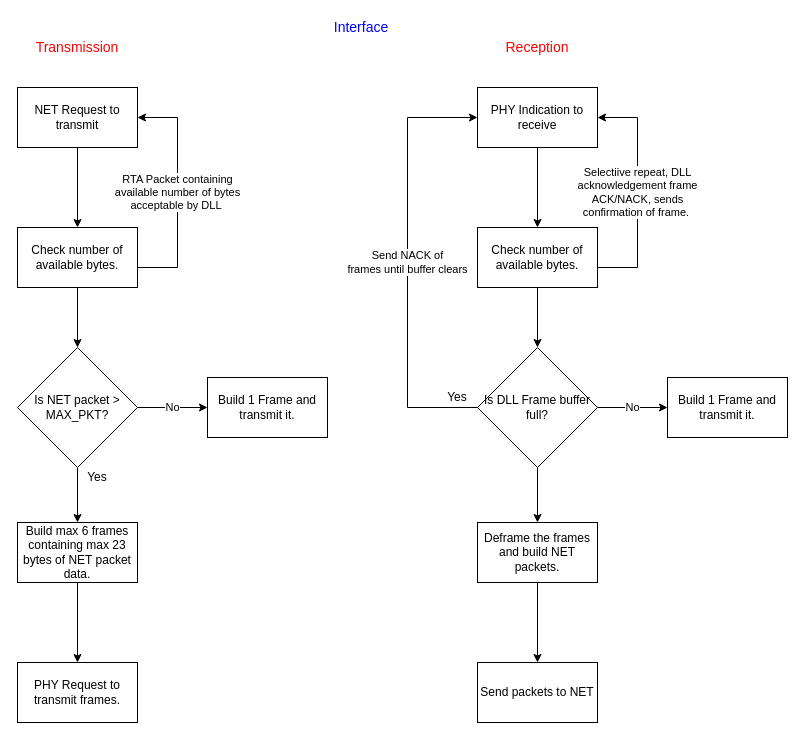
This is Other/Interface.drawio from mdma18/DataLinkLayer_C-, a draw.io file, before an edit. Source tidied: cells renumbered, new cells numbered last; positions are measured from the earlier drawing's top-left corner, leaving out a move shared by most shapes. Both pictures are drawn from the tidied source at 100%, with x=0, y=0 at pixel (17, 17).
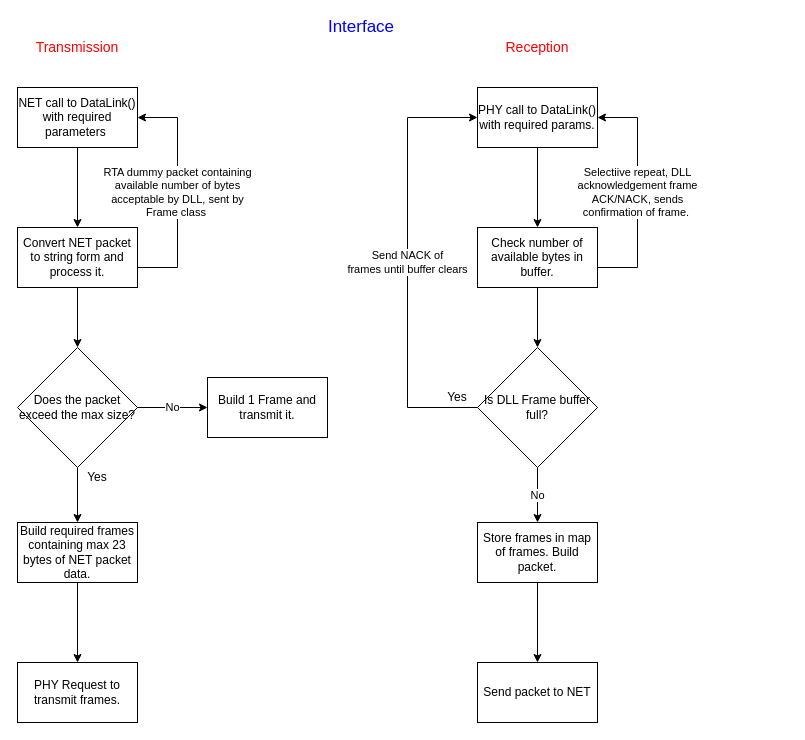
The same diagram, later.

Unchanged cells that the change refers to:
```xml
<mxCell id="18" value="Is DLL Frame buffer full?" style="rhombus;whiteSpace=wrap;html=1;" parent="1" vertex="1">
  <mxGeometry x="460" y="330" width="120" height="120" as="geometry" />
</mxCell>
```

The edit, as a diff of the source:
```diff
@@
-    <mxCell id="3" value="NET Request to transmit" style="rounded=0;whiteSpace=wrap;html=1;" parent="1" vertex="1">
+    <mxCell id="3" value="NET call to DataLink() with required parameters&amp;nbsp;" style="rounded=0;whiteSpace=wrap;html=1;" parent="1" vertex="1">
       <mxGeometry y="70" width="120" height="60" as="geometry" />
     </mxCell>
@@
-    <mxCell id="6" value="Is NET packet &amp;gt; MAX_PKT?" style="rhombus;whiteSpace=wrap;html=1;" parent="1" vertex="1">
+    <mxCell id="6" value="Does the packet exceed the max size?" style="rhombus;whiteSpace=wrap;html=1;" parent="1" vertex="1">
       <mxGeometry y="330" width="120" height="120" as="geometry" />
     </mxCell>
-    <mxCell id="7" value="RTA Packet containing&lt;br&gt;available number of bytes &lt;br&gt;acceptable by DLL&amp;nbsp;" style="edgeStyle=orthogonalEdgeStyle;rounded=0;jettySize=auto;html=1;entryX=1;entryY=0.5;entryDx=0;entryDy=0;" parent="1" edge="1" target="3">
+    <mxCell id="7" value="RTA dummy packet containing&lt;br&gt;available number of bytes &lt;br&gt;acceptable by DLL, sent by &lt;br&gt;Frame class&amp;nbsp;" style="edgeStyle=orthogonalEdgeStyle;rounded=0;jettySize=auto;html=1;entryX=1;entryY=0.5;entryDx=0;entryDy=0;" parent="1" edge="1" target="3">
       <mxGeometry relative="1" as="geometry">
         <mxPoint x="120" y="250" as="sourcePoint" />
         <Array as="points">
           <mxPoint x="160" y="250" />
           <mxPoint x="160" y="100" />
         </Array>
       </mxGeometry>
     </mxCell>
@@
-    <mxCell id="10" value="Check number of available bytes." style="rounded=0;whiteSpace=wrap;html=1;" parent="1" vertex="1">
+    <mxCell id="10" value="Convert NET packet to string form and process it." style="rounded=0;whiteSpace=wrap;html=1;" parent="1" vertex="1">
       <mxGeometry y="210" width="120" height="60" as="geometry" />
     </mxCell>
@@
-    <mxCell id="12" value="Build max 6 frames containing max 23 bytes of NET packet data." style="whiteSpace=wrap;html=1;" parent="1" vertex="1">
+    <mxCell id="12" value="Build required frames containing max 23 bytes of NET packet data." style="whiteSpace=wrap;html=1;" parent="1" vertex="1">
       <mxGeometry y="505" width="120" height="60" as="geometry" />
     </mxCell>
@@
-    <mxCell id="14" value="PHY Indication to receive" style="rounded=0;whiteSpace=wrap;html=1;" parent="1" vertex="1">
+    <mxCell id="14" value="PHY call to DataLink() with required params." style="rounded=0;whiteSpace=wrap;html=1;" parent="1" vertex="1">
       <mxGeometry x="460" y="70" width="120" height="60" as="geometry" />
     </mxCell>
-    <mxCell id="15" value="No" style="edgeStyle=orthogonalEdgeStyle;rounded=0;jettySize=auto;html=1;" parent="1" edge="1" source="18" target="21">
-      <mxGeometry relative="1" as="geometry" />
-    </mxCell>
-    <mxCell id="16" style="edgeStyle=orthogonalEdgeStyle;rounded=0;jettySize=auto;html=1;" parent="1" edge="1" source="18" target="24">
+    <mxCell id="16" value="No" style="edgeStyle=orthogonalEdgeStyle;rounded=0;jettySize=auto;html=1;" parent="1" edge="1" source="18" target="24">
       <mxGeometry relative="1" as="geometry" />
     </mxCell>
@@
-    <mxCell id="21" value="Build 1 Frame and transmit it." style="rounded=0;whiteSpace=wrap;html=1;" parent="1" vertex="1">
-      <mxGeometry x="650" y="360" width="120" height="60" as="geometry" />
-    </mxCell>
-    <mxCell id="22" value="Check number of available bytes." style="rounded=0;whiteSpace=wrap;html=1;" parent="1" vertex="1">
+    <mxCell id="22" value="Check number of available bytes in buffer." style="rounded=0;whiteSpace=wrap;html=1;" parent="1" vertex="1">
       <mxGeometry x="460" y="210" width="120" height="60" as="geometry" />
     </mxCell>
@@
-    <mxCell id="24" value="Deframe the frames and build NET packets." style="whiteSpace=wrap;html=1;" parent="1" vertex="1">
+    <mxCell id="24" value="Store frames in map of frames. Build packet." style="whiteSpace=wrap;html=1;" parent="1" vertex="1">
       <mxGeometry x="460" y="505" width="120" height="60" as="geometry" />
     </mxCell>
@@
-    <mxCell id="28" value="Send packets to NET" style="whiteSpace=wrap;html=1;" parent="1" vertex="1">
+    <mxCell id="28" value="Send packet to NET" style="whiteSpace=wrap;html=1;" parent="1" vertex="1">
       <mxGeometry x="460" y="645" width="120" height="60" as="geometry" />
     </mxCell>
@@
-    <mxCell id="31" value="Interface" style="text;html=1;strokeColor=none;fillColor=none;align=center;verticalAlign=middle;whiteSpace=wrap;rounded=0;fontSize=14;fontColor=#0000FF;" parent="1" vertex="1">
+    <mxCell id="31" value="Interface" style="text;html=1;strokeColor=none;fillColor=none;align=center;verticalAlign=middle;whiteSpace=wrap;rounded=0;fontSize=17;fontColor=#0000FF;" parent="1" vertex="1">
       <mxGeometry x="324" width="40" height="20" as="geometry" />
     </mxCell>
```
